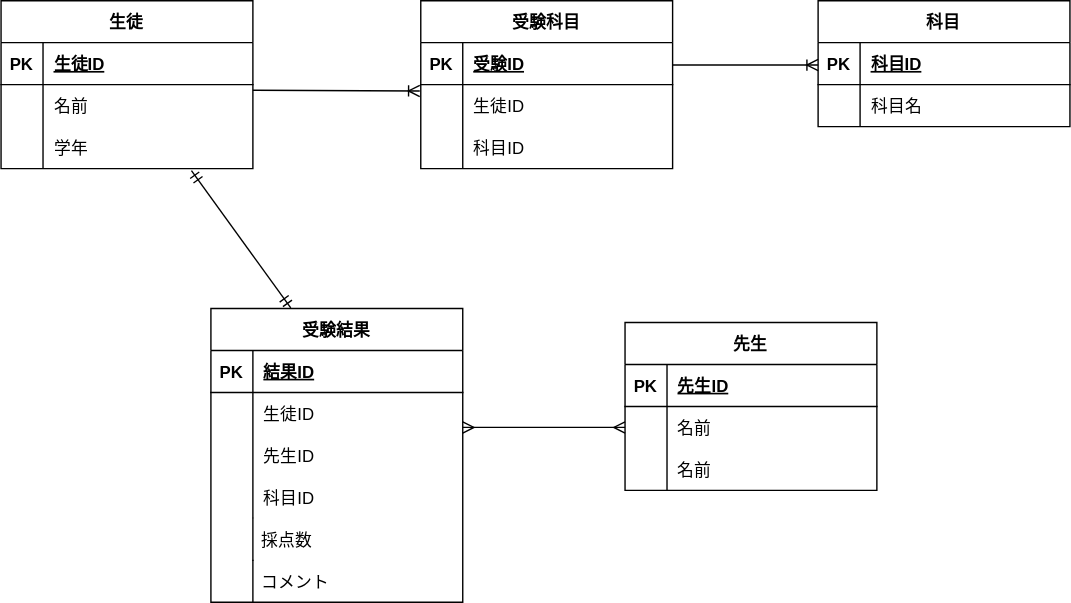
This is ER.drawio.svg from ohashi3589/20230217_ohashi, a draw.io export, as it was before one commit. Source tidied: cells renumbered, new cells last; positions are measured from the earlier drawing's top-left corner, leaving out a move shared by most shapes.
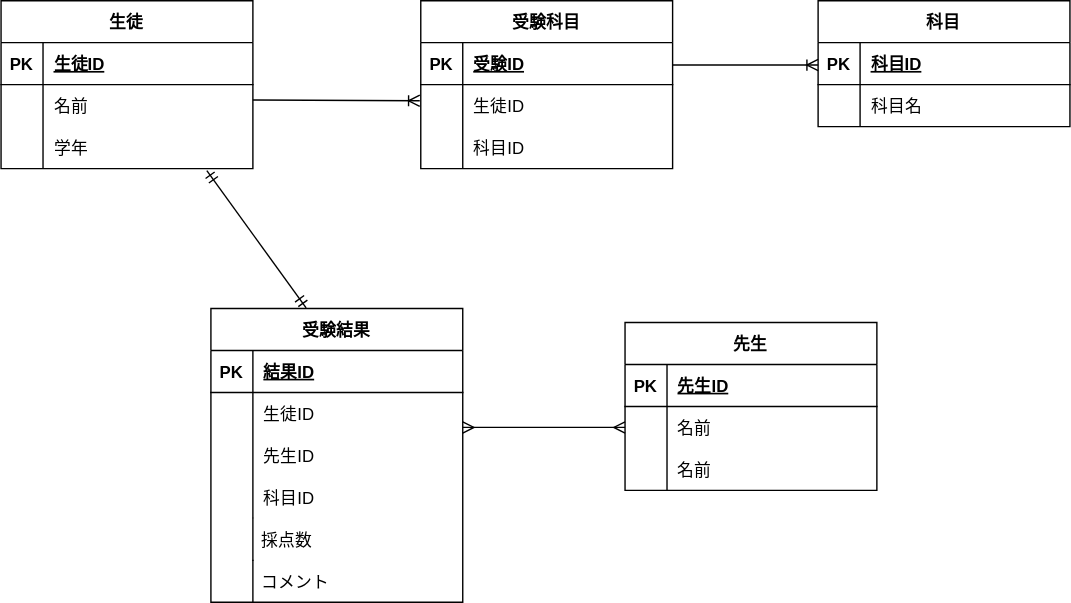
After the change.

Change to the diagram source:
```diff
@@ -177,12 +177,15 @@
     </mxCell>
     <mxCell id="58" style="fontSize=12;html=1;endArrow=ERoneToMany;entryX=-0.004;entryY=0.352;entryDx=0;entryDy=0;entryPerimeter=0;" parent="1" edge="1">
       <mxGeometry relative="1" as="geometry">
-        <mxPoint x="180" y="64" as="sourcePoint" />
-        <mxPoint x="299.3" y="64.6" as="targetPoint" />
+        <mxPoint x="180" y="71" as="sourcePoint" />
+        <mxPoint x="299.3" y="71.6" as="targetPoint" />
       </mxGeometry>
     </mxCell>
-    <mxCell id="59" style="fontSize=12;html=1;endArrow=ERmandOne;startArrow=ERmandOne;entryX=0.317;entryY=-0.002;entryDx=0;entryDy=0;entryPerimeter=0;exitX=0.756;exitY=1.05;exitDx=0;exitDy=0;exitPerimeter=0;" parent="1" edge="1" source="9" target="29">
-      <mxGeometry relative="1" as="geometry" />
+    <mxCell id="59" style="fontSize=12;html=1;endArrow=ERmandOne;startArrow=ERmandOne;entryX=0.317;entryY=-0.002;entryDx=0;entryDy=0;entryPerimeter=0;exitX=0.756;exitY=1.05;exitDx=0;exitDy=0;exitPerimeter=0;" parent="1" edge="1">
+      <mxGeometry relative="1" as="geometry">
+        <mxPoint x="147.1" y="121.5" as="sourcePoint" />
+        <mxPoint x="218.1" y="219.6" as="targetPoint" />
+      </mxGeometry>
     </mxCell>
   </root>
 </mxGraphModel>
```
